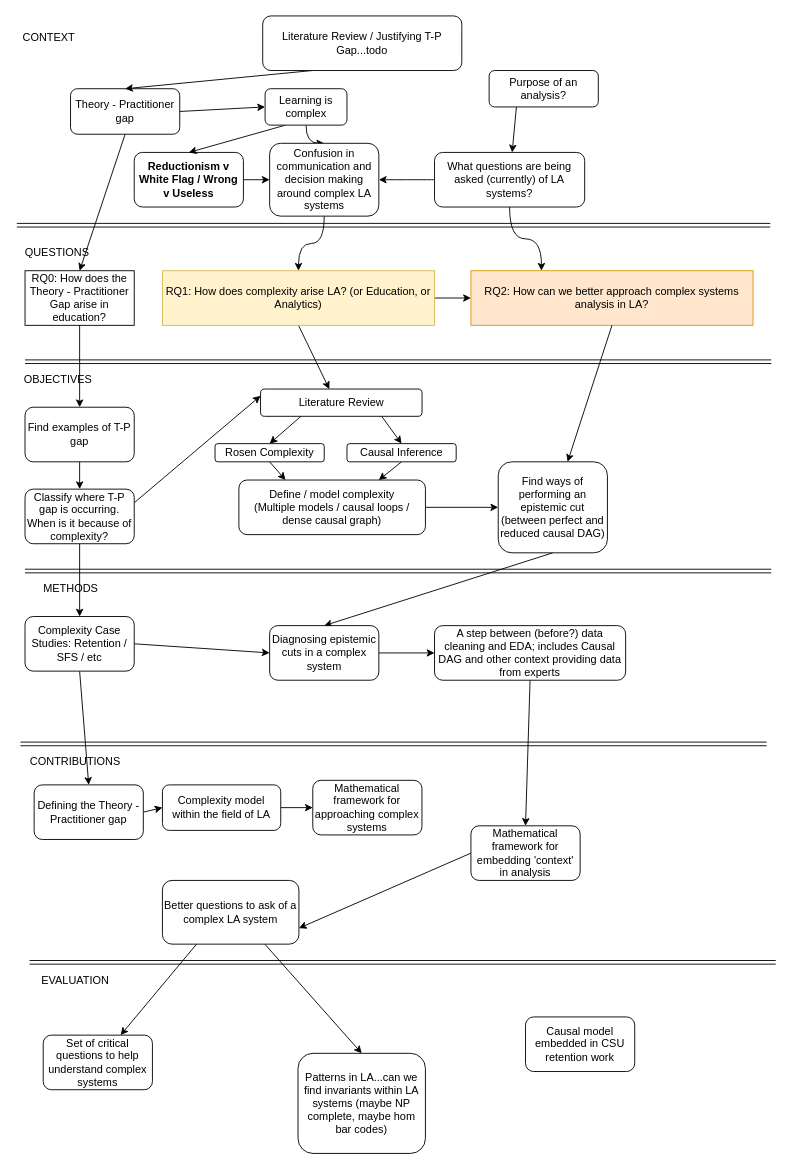
This is Thesis diagram 03.drawio from benwhicks/phd, a draw.io file, before an edit. Source tidied: cells renumbered, new cells numbered last; positions are measured from the earlier drawing's top-left corner, leaving out a move shared by most shapes. Both pictures are drawn from the tidied source at 91%, with x=0, y=0 at pixel (15, 15).
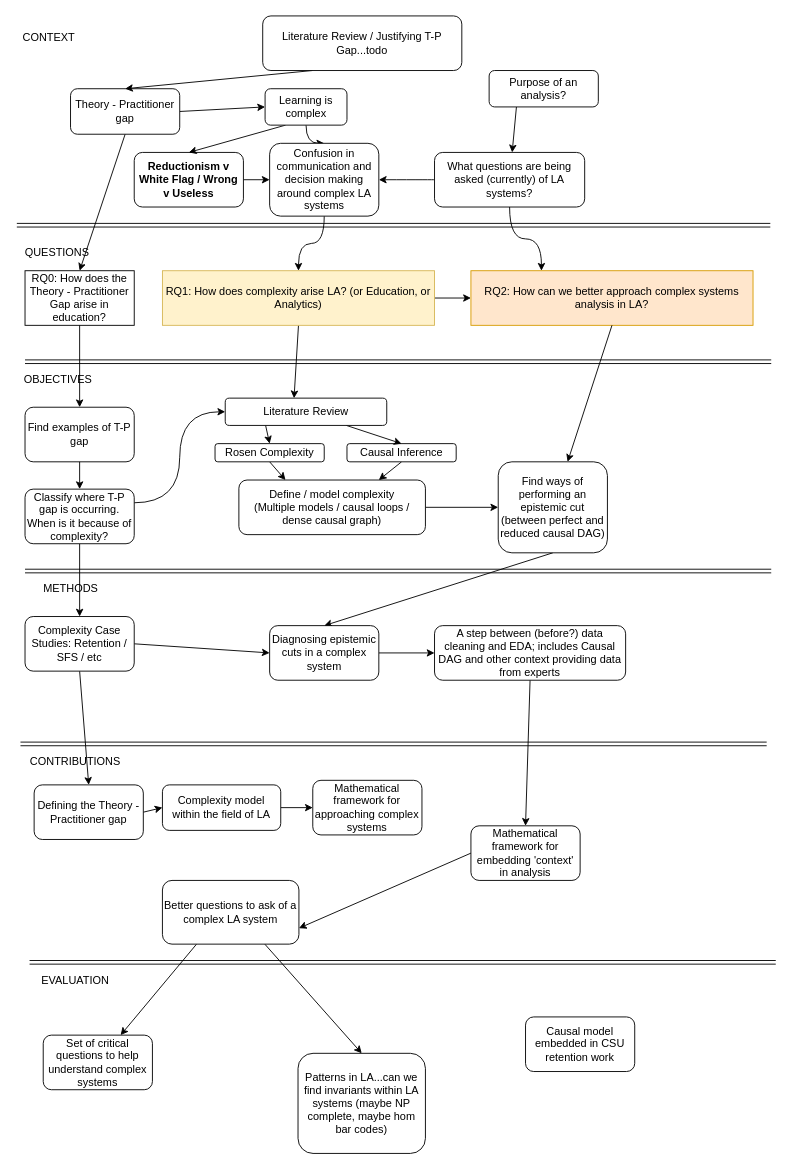
After the change.

The change refers to these unchanged cells:
```xml
<mxCell id="63" value="Classify where T-P gap is occurring. When is it because of complexity?" style="whiteSpace=wrap;html=1;rounded=1;" parent="1" vertex="1">
  <mxGeometry x="10" y="520" width="120" height="60" as="geometry" />
</mxCell>
```

The edit, as a diff of the source:
```diff
@@
     <mxCell id="45" value="Literature Review" style="whiteSpace=wrap;html=1;rounded=1;glass=0;" parent="1" vertex="1">
-      <mxGeometry x="268.8" y="410" width="177.5" height="30" as="geometry" />
+      <mxGeometry x="230" y="420" width="177.5" height="30" as="geometry" />
     </mxCell>
@@
-    <mxCell id="61" style="edgeStyle=none;rounded=0;jettySize=auto;html=1;exitX=1;exitY=0.25;exitDx=0;exitDy=0;entryX=0;entryY=0.25;entryDx=0;entryDy=0;" parent="1" edge="1" source="63" target="45">
+    <mxCell id="61" style="edgeStyle=orthogonalEdgeStyle;rounded=0;jettySize=auto;html=1;exitX=1;exitY=0.25;exitDx=0;exitDy=0;entryX=0;entryY=0.5;entryDx=0;entryDy=0;curved=1;" parent="1" edge="1" source="63" target="45">
       <mxGeometry relative="1" as="geometry" />
     </mxCell>
```
